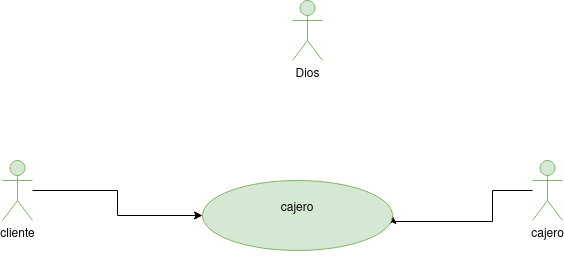
Earlier version of the draw.io export images/Prueba.drawio.png (adogonz23/ETS). Source tidied: cells renumbered, new cells last; positions are measured from the earlier drawing's top-left corner, leaving out a move shared by most shapes.
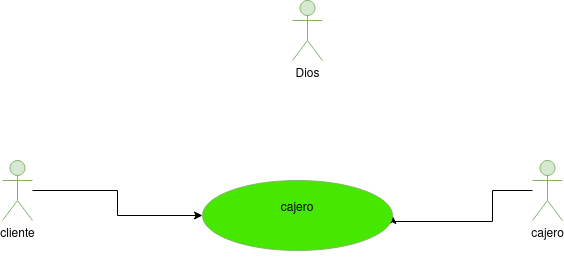
After the change.

Diff of the diagram source:
```diff
@@ -20,7 +20,7 @@
     <mxCell id="5" value="&lt;div&gt;cajero&lt;/div&gt;&lt;div&gt;&lt;br&gt;&lt;/div&gt;" style="shape=umlActor;html=1;verticalLabelPosition=bottom;verticalAlign=top;align=center;fillColor=#d5e8d4;strokeColor=#82b366;" parent="1" vertex="1">
       <mxGeometry x="530" y="160" width="30" height="60" as="geometry" />
     </mxCell>
-    <mxCell id="6" value="&lt;div&gt;cajero&lt;/div&gt;&lt;div&gt;&lt;br&gt;&lt;/div&gt;" style="ellipse;whiteSpace=wrap;html=1;fillColor=#d5e8d4;strokeColor=#82b366;" parent="1" vertex="1">
+    <mxCell id="6" value="&lt;div&gt;cajero&lt;/div&gt;&lt;div&gt;&lt;br&gt;&lt;/div&gt;" style="ellipse;whiteSpace=wrap;html=1;fillColor=#46E800;strokeColor=#82B366;" parent="1" vertex="1">
       <mxGeometry x="200" y="180" width="190" height="70" as="geometry" />
     </mxCell>
     <mxCell id="7" value="&lt;div&gt;Dios&lt;/div&gt;&lt;div&gt;&lt;br&gt;&lt;/div&gt;" style="shape=umlActor;html=1;verticalLabelPosition=bottom;verticalAlign=top;align=center;fillColor=#d5e8d4;strokeColor=#82b366;" parent="1" vertex="1">
```
